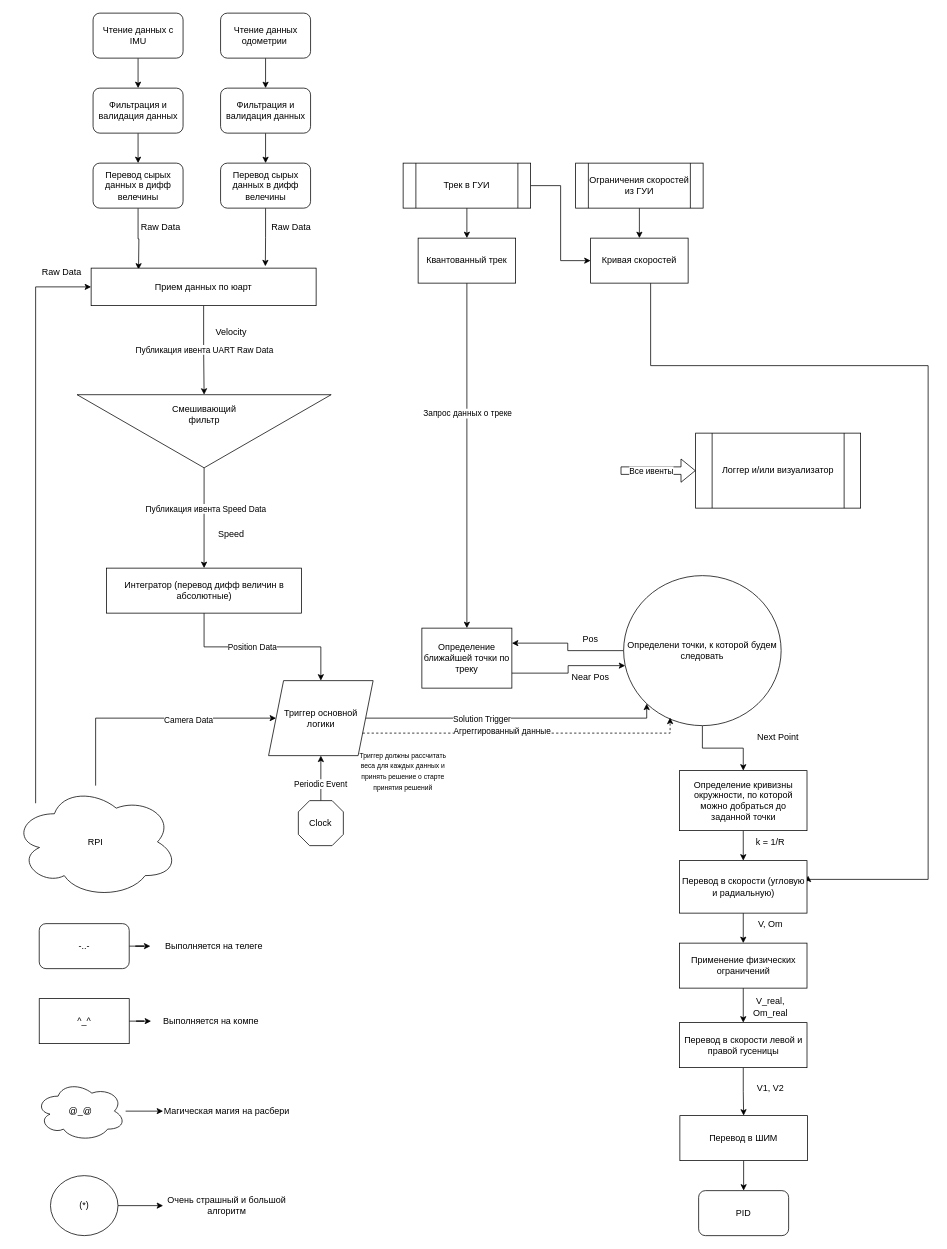
This is docs/Autopilot.drawio from SmirnovAleksandrS/Telega_controller, a draw.io file, before an edit. Source tidied: cells renumbered, new cells numbered last; positions are measured from the earlier drawing's top-left corner, leaving out a move shared by most shapes. Both pictures are drawn from the tidied source at 75%, with x=0, y=0 at pixel (13, 13).
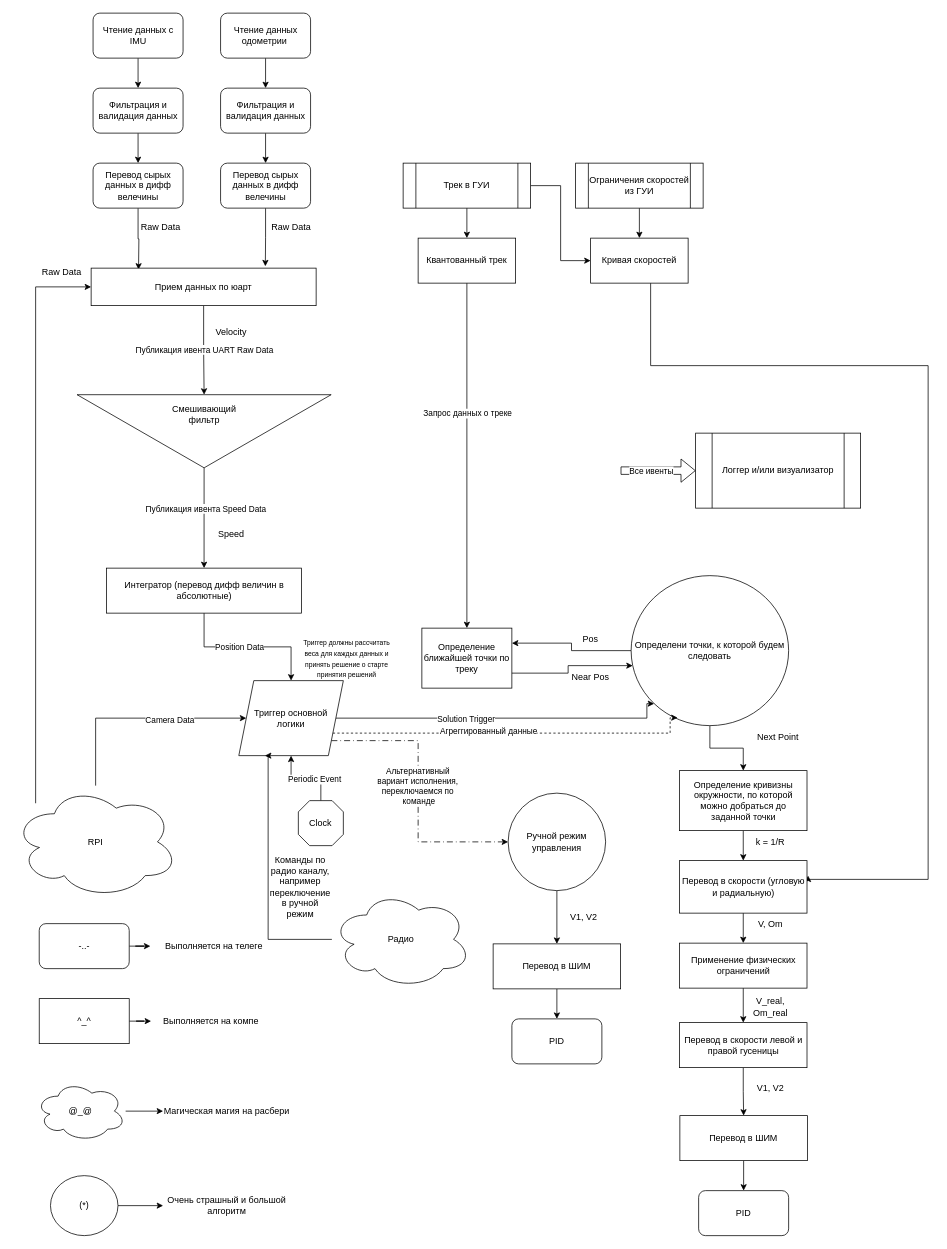
Above is the later version.

What changed in the source:
```diff
@@
     <mxCell id="37" value="Определени точки, к которой будем следовать" style="ellipse;whiteSpace=wrap;html=1;" parent="1" vertex="1">
-      <mxGeometry x="814" y="750" width="210" height="200" as="geometry" />
+      <mxGeometry x="824" y="750" width="210" height="200" as="geometry" />
     </mxCell>
@@
+    <mxCell id="91" style="edgeStyle=orthogonalEdgeStyle;rounded=0;jettySize=auto;html=1;entryX=0;entryY=0.5;entryDx=0;entryDy=0;dashed=1;dashPattern=8 4 1 4;" parent="1" edge="1" source="80" target="97">
+      <mxGeometry relative="1" as="geometry">
+        <Array as="points">
+          <mxPoint x="540" y="970" />
+          <mxPoint x="540" y="1105" />
+        </Array>
+      </mxGeometry>
+    </mxCell>
+    <mxCell id="92" value="&lt;div&gt;Альтернативный&amp;nbsp;&lt;/div&gt;&lt;div&gt;вариант исполнения,&amp;nbsp;&lt;/div&gt;&lt;div&gt;переключаемся по&amp;nbsp;&lt;/div&gt;&lt;div&gt;команде&lt;/div&gt;" style="edgeLabel;html=1;align=center;verticalAlign=middle;" parent="91" vertex="1">
+      <mxGeometry x="-0.16" y="1" relative="1" as="geometry">
+        <mxPoint x="-1" y="20" as="offset" />
+      </mxGeometry>
+    </mxCell>
     <mxCell id="80" value="Триггер основной логики" style="shape=parallelogram;perimeter=parallelogramPerimeter;whiteSpace=wrap;html=1;fixedSize=1;" parent="1" vertex="1">
-      <mxGeometry x="340.6" y="890" width="139.4" height="100" as="geometry" />
+      <mxGeometry x="300.9" y="890" width="139.4" height="100" as="geometry" />
     </mxCell>
     <mxCell id="81" value="&lt;font style=&quot;font-size: 9px;&quot;&gt;Триггер должны рассчитать веса для каждых данных и принять решение о старте принятия решений&lt;/font&gt;" style="text;html=1;whiteSpace=wrap;strokeColor=none;fillColor=none;align=center;verticalAlign=middle;rounded=0;" parent="1" vertex="1">
-      <mxGeometry x="460" y="980" width="120" height="60" as="geometry" />
+      <mxGeometry x="384.6" y="830" width="120" height="60" as="geometry" />
     </mxCell>
@@
+    <mxCell id="93" style="edgeStyle=orthogonalEdgeStyle;rounded=0;jettySize=auto;html=1;entryX=0.25;entryY=1;entryDx=0;entryDy=0;" parent="1" edge="1" source="94" target="80">
+      <mxGeometry relative="1" as="geometry">
+        <Array as="points">
+          <mxPoint x="340" y="1235" />
+          <mxPoint x="340" y="990" />
+        </Array>
+      </mxGeometry>
+    </mxCell>
+    <mxCell id="94" value="Радио" style="ellipse;shape=cloud;whiteSpace=wrap;html=1;" parent="1" vertex="1">
+      <mxGeometry x="425" y="1170" width="185.4" height="130" as="geometry" />
+    </mxCell>
+    <mxCell id="95" value="Команды по радио каналу, например переключение в ручной режим" style="text;html=1;whiteSpace=wrap;strokeColor=none;fillColor=none;align=center;verticalAlign=middle;rounded=0;" parent="1" vertex="1">
+      <mxGeometry x="353" y="1150" width="60" height="30" as="geometry" />
+    </mxCell>
+    <mxCell id="96" style="edgeStyle=orthogonalEdgeStyle;rounded=0;jettySize=auto;html=1;" parent="1" edge="1" source="97" target="99">
+      <mxGeometry relative="1" as="geometry" />
+    </mxCell>
+    <mxCell id="97" value="Ручной режим управления" style="ellipse;whiteSpace=wrap;html=1;" parent="1" vertex="1">
+      <mxGeometry x="660" y="1040" width="130" height="130" as="geometry" />
+    </mxCell>
+    <mxCell id="98" style="edgeStyle=orthogonalEdgeStyle;rounded=0;jettySize=auto;html=1;" parent="1" edge="1" source="99" target="100">
+      <mxGeometry relative="1" as="geometry" />
+    </mxCell>
+    <mxCell id="99" value="&lt;div&gt;Перевод в ШИМ&lt;/div&gt;" style="rounded=0;whiteSpace=wrap;html=1;" parent="1" vertex="1">
+      <mxGeometry x="640" y="1241" width="170" height="60" as="geometry" />
+    </mxCell>
+    <mxCell id="100" value="&lt;div&gt;PID&lt;/div&gt;" style="rounded=1;whiteSpace=wrap;html=1;" parent="1" vertex="1">
+      <mxGeometry x="665" y="1341" width="120" height="60" as="geometry" />
+    </mxCell>
+    <mxCell id="101" value="V1, V2" style="text;html=1;whiteSpace=wrap;strokeColor=none;fillColor=none;align=center;verticalAlign=middle;rounded=0;" parent="1" vertex="1">
+      <mxGeometry x="731" y="1190" width="60" height="30" as="geometry" />
+    </mxCell>
```
